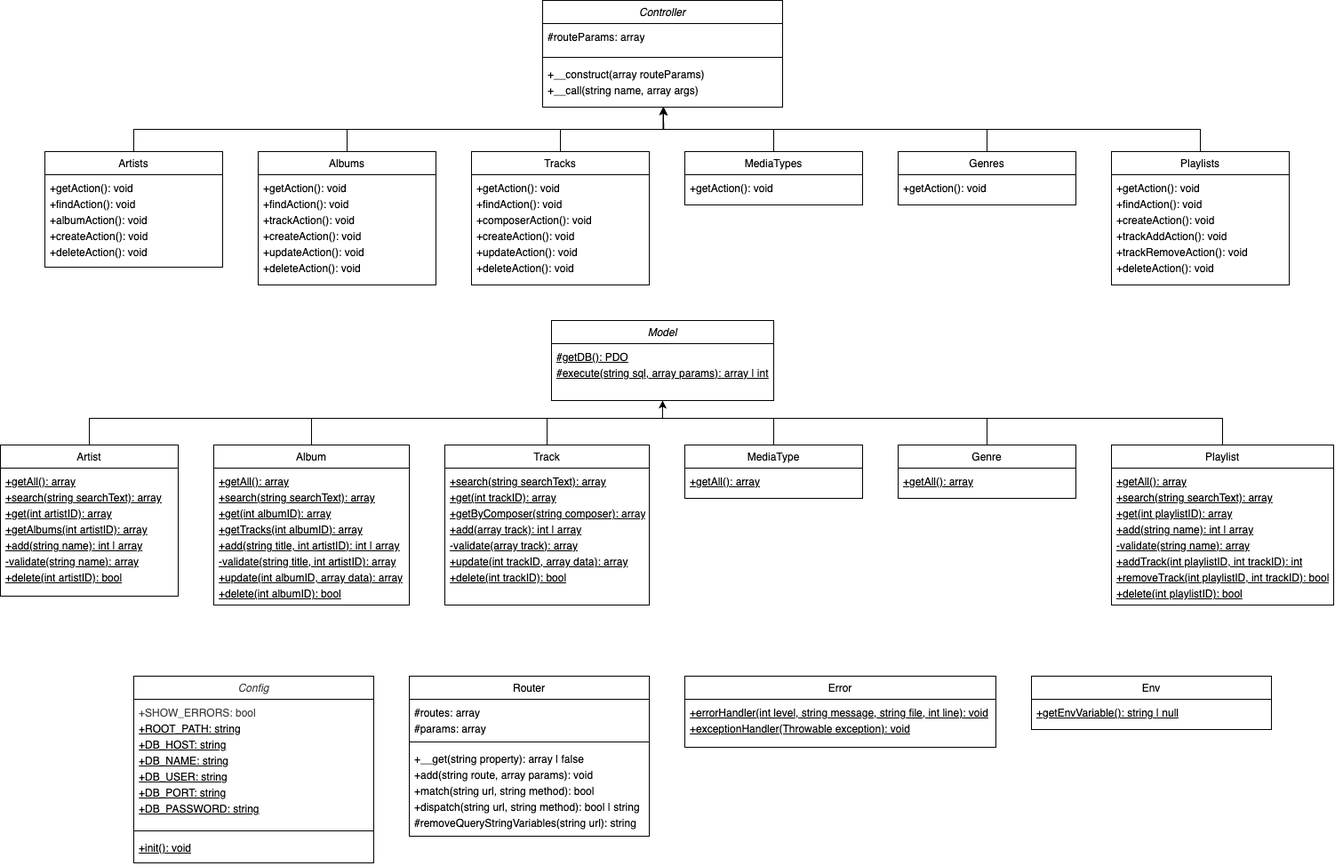
FrejaFischer/music_storage keeps this draw.io diagram as documentation/class_diagrams.drawio.png. Above is the earlier version. Source tidied: cells renumbered, new cells last; positions are measured from the earlier drawing's top-left corner, leaving out a move shared by most shapes.
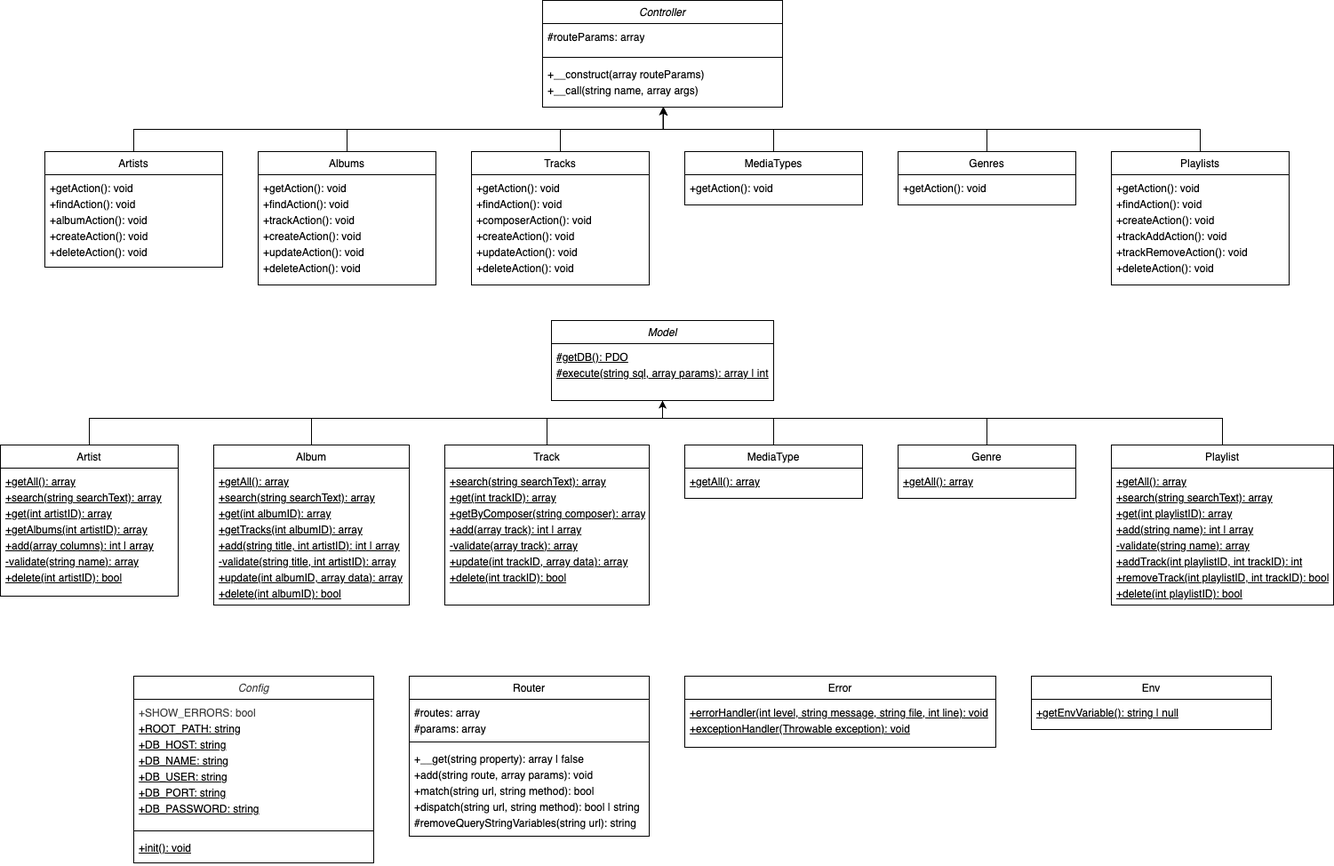
After the change.

The edit, as a diff of the source:
```diff
@@ -13,7 +13,7 @@
     <mxCell id="3" value="Artist" style="swimlane;fontStyle=0;align=center;verticalAlign=top;horizontal=1;startSize=26;rounded=0;shadow=0;strokeWidth=1;" parent="1" vertex="1">
       <mxGeometry y="500" width="200" height="170" as="geometry" />
     </mxCell>
-    <mxCell id="4" value="&lt;div style=&quot;line-height: 150%;&quot;&gt;+getAll(): array&lt;br&gt;+search(string searchText): array&lt;br&gt;+get(int artistID): array&lt;br&gt;+getAlbums(int artistID): array&lt;br&gt;+add(string name): int | array&lt;br&gt;-validate(string name): array&lt;br&gt;+delete(int artistID): bool&lt;/div&gt;" style="text;align=left;verticalAlign=top;spacingLeft=4;spacingRight=4;overflow=hidden;fontStyle=4;spacingTop=0;spacing=2;html=1;" parent="3" vertex="1">
+    <mxCell id="4" value="&lt;div style=&quot;line-height: 150%;&quot;&gt;+getAll(): array&lt;br&gt;+search(string searchText): array&lt;br&gt;+get(int artistID): array&lt;br&gt;+getAlbums(int artistID): array&lt;br&gt;+add(array columns): int | array&lt;br&gt;-validate(string name): array&lt;br&gt;+delete(int artistID): bool&lt;/div&gt;" style="text;align=left;verticalAlign=top;spacingLeft=4;spacingRight=4;overflow=hidden;fontStyle=4;spacingTop=0;spacing=2;html=1;" parent="3" vertex="1">
       <mxGeometry y="26" width="200" height="144" as="geometry" />
     </mxCell>
     <mxCell id="5" style="edgeStyle=orthogonalEdgeStyle;rounded=0;jettySize=auto;html=1;entryX=0.504;entryY=1.001;entryDx=0;entryDy=0;entryPerimeter=0;" parent="1" edge="1" source="6" target="43">
```
